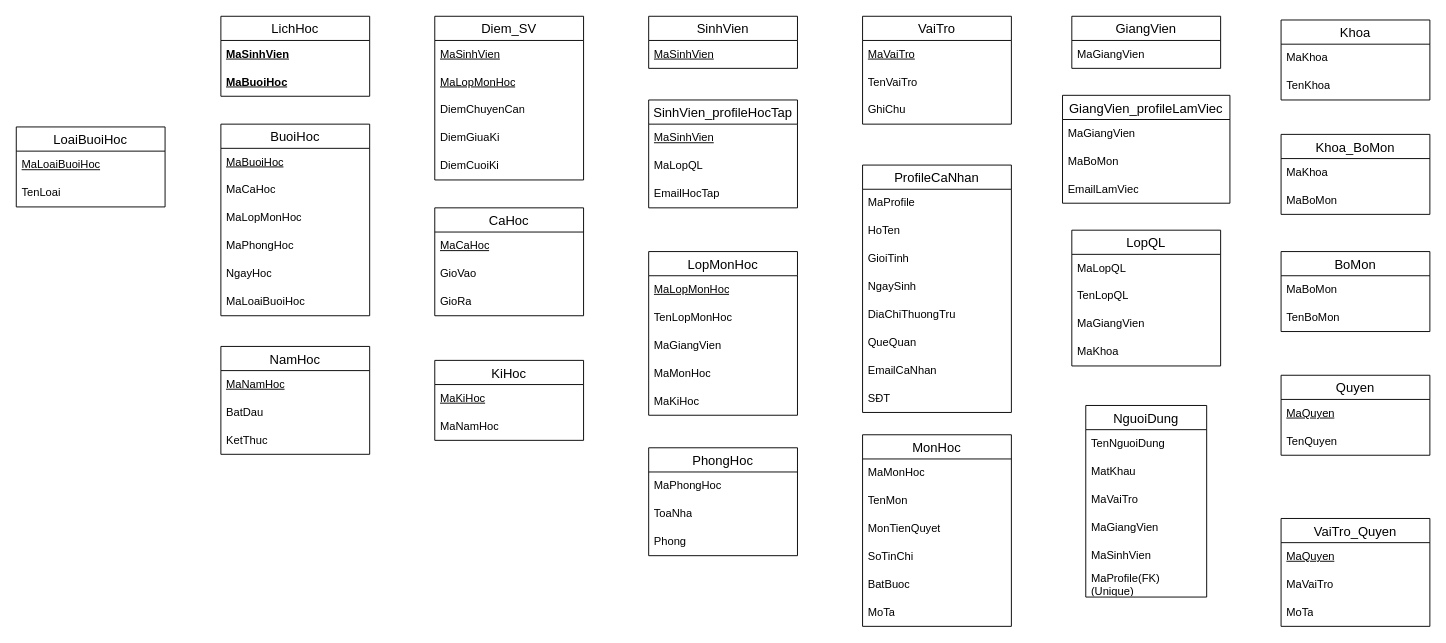
Earlier version of the draw.io diagram entities.drawio (duyhelloworld/qlsinhvien-netcore). Source tidied: cells renumbered, new cells numbered last; positions are measured from the earlier drawing's top-left corner, leaving out a move shared by most shapes. Both pictures are drawn from the tidied source at 93%, with x=0, y=0 at pixel (16, 16).
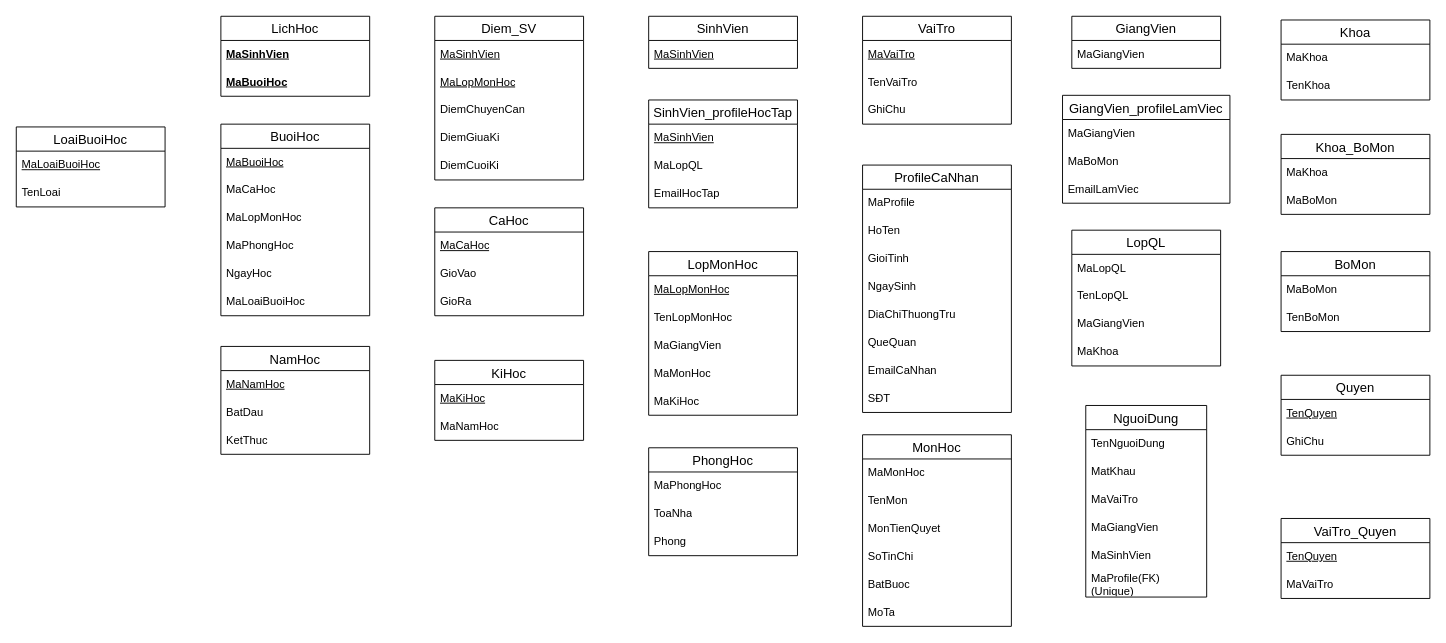
The same diagram, later.

Commit message:
Fix: quyền dùng string thay vì int

Unchanged cells that the change refers to:
```xml
<mxCell id="95" value="Quyen" style="swimlane;fontStyle=0;horizontal=1;startSize=26;align=center;fontSize=14;" parent="1" vertex="1">
  <mxGeometry x="1360" y="386" width="160" height="86" as="geometry" />
</mxCell>
```

The edit, as a diff of the source:
```diff
@@
-    <mxCell id="96" value="&lt;u&gt;MaQuyen&lt;/u&gt;" style="text;strokeColor=none;fillColor=none;align=left;verticalAlign=middle;spacingLeft=4;spacingRight=4;overflow=hidden;whiteSpace=wrap;html=1;" parent="95" vertex="1">
+    <mxCell id="96" value="&lt;u&gt;TenQuyen&lt;/u&gt;" style="text;strokeColor=none;fillColor=none;align=left;verticalAlign=middle;spacingLeft=4;spacingRight=4;overflow=hidden;whiteSpace=wrap;html=1;" parent="95" vertex="1">
       <mxGeometry y="26" width="160" height="30" as="geometry" />
     </mxCell>
-    <mxCell id="97" value="TenQuyen" style="text;strokeColor=none;fillColor=none;align=left;verticalAlign=middle;spacingLeft=4;spacingRight=4;overflow=hidden;whiteSpace=wrap;html=1;" parent="95" vertex="1">
+    <mxCell id="97" value="GhiChu" style="text;strokeColor=none;fillColor=none;align=left;verticalAlign=middle;spacingLeft=4;spacingRight=4;overflow=hidden;whiteSpace=wrap;html=1;" parent="95" vertex="1">
       <mxGeometry y="56" width="160" height="30" as="geometry" />
     </mxCell>
     <mxCell id="98" value="VaiTro_Quyen" style="swimlane;fontStyle=0;horizontal=1;startSize=26;align=center;fontSize=14;" parent="1" vertex="1">
-      <mxGeometry x="1360" y="540" width="160" height="116" as="geometry" />
+      <mxGeometry x="1360" y="540" width="160" height="86" as="geometry" />
     </mxCell>
-    <mxCell id="99" value="&lt;u&gt;MaQuyen&lt;/u&gt;" style="text;strokeColor=none;fillColor=none;align=left;verticalAlign=middle;spacingLeft=4;spacingRight=4;overflow=hidden;whiteSpace=wrap;html=1;" parent="98" vertex="1">
+    <mxCell id="99" value="&lt;u&gt;TenQuyen&lt;/u&gt;" style="text;strokeColor=none;fillColor=none;align=left;verticalAlign=middle;spacingLeft=4;spacingRight=4;overflow=hidden;whiteSpace=wrap;html=1;" parent="98" vertex="1">
       <mxGeometry y="26" width="160" height="30" as="geometry" />
     </mxCell>
@@
-    <mxCell id="101" value="MoTa" style="text;strokeColor=none;fillColor=none;align=left;verticalAlign=middle;spacingLeft=4;spacingRight=4;overflow=hidden;whiteSpace=wrap;html=1;" parent="98" vertex="1">
-      <mxGeometry y="86" width="160" height="30" as="geometry" />
-    </mxCell>
```
